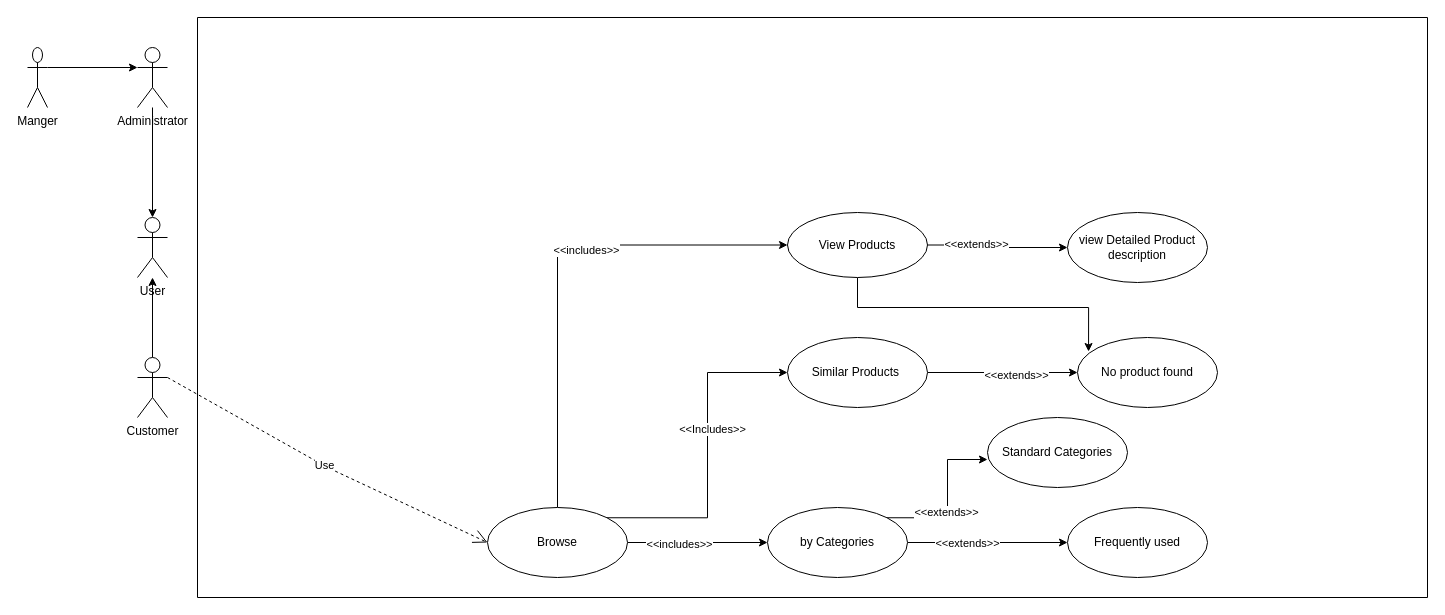
Earlier version of the draw.io diagram Untitled Diagram.drawio (Swaraj-Bharti/softwarearchitectcert). Source tidied: cells renumbered, new cells numbered last; positions are measured from the earlier drawing's top-left corner, leaving out a move shared by most shapes. Both pictures are drawn from the tidied source at 100%, with x=0, y=0 at pixel (27, 17).
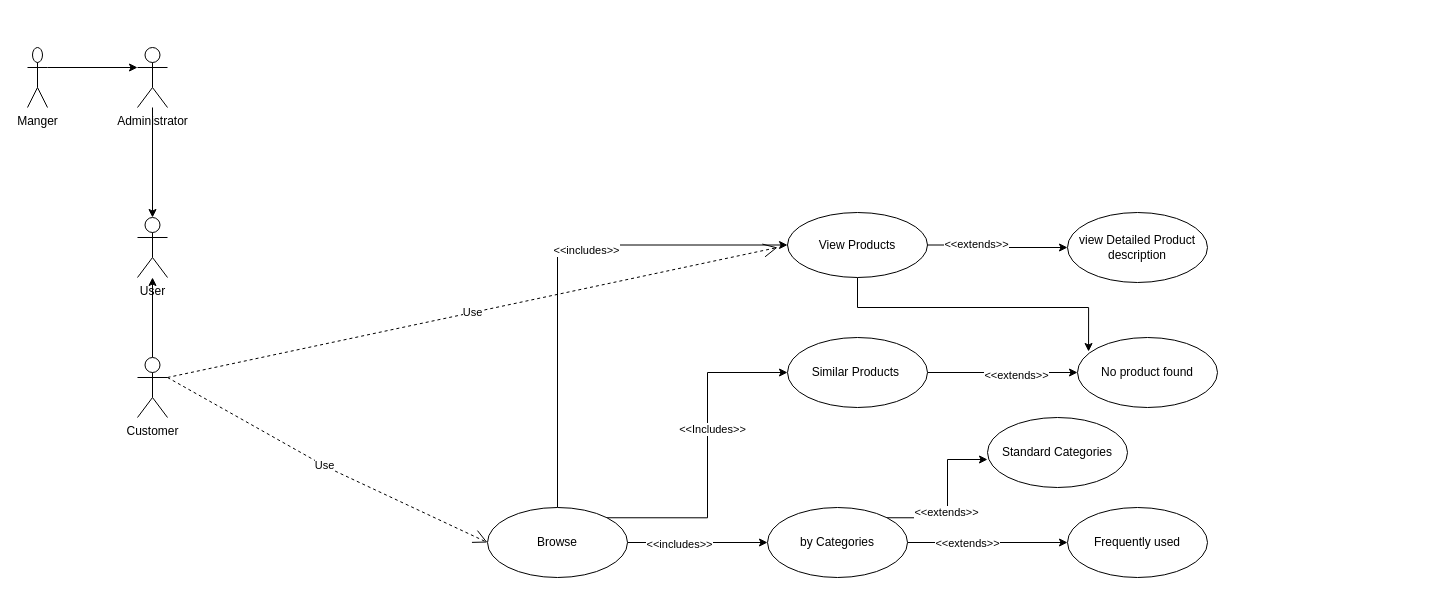
After the change.

The edit, as a diff of the source:
```diff
@@
-    <mxCell id="7" style="verticalLabelPosition=bottom;verticalAlign=top;html=1;shape=mxgraph.basic.rect;fillColor2=none;strokeWidth=1;size=20;indent=5;" parent="1" vertex="1">
-      <mxGeometry x="170" width="1230" height="580" as="geometry" />
-    </mxCell>
@@
+    <mxCell id="34" value="Use" style="endArrow=open;endSize=12;dashed=1;html=1;rounded=0;" parent="1" edge="1">
+      <mxGeometry relative="1" as="geometry">
+        <mxPoint x="140" y="360" as="sourcePoint" />
+        <mxPoint x="750" y="230" as="targetPoint" />
+      </mxGeometry>
+    </mxCell>
```
